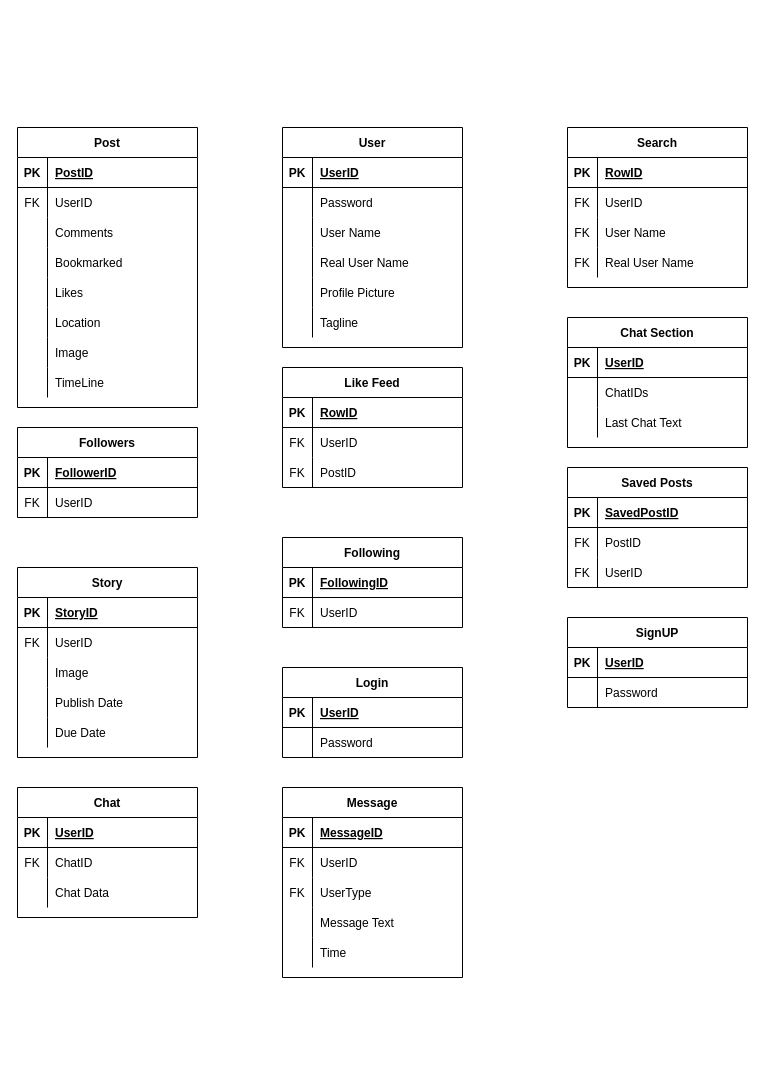
The draw.io diagram page "1- Building Entities" (1 of 2) of Instagram DB Schema/Instagram.drawio in eqan/Instagram-ReImagened, before the edit. Source tidied: cells renumbered, new cells numbered last; positions are measured from the earlier drawing's top-left corner, leaving out a move shared by most shapes. Both pictures are drawn from the tidied source at 100%, with x=0, y=0 at pixel (17, 127).
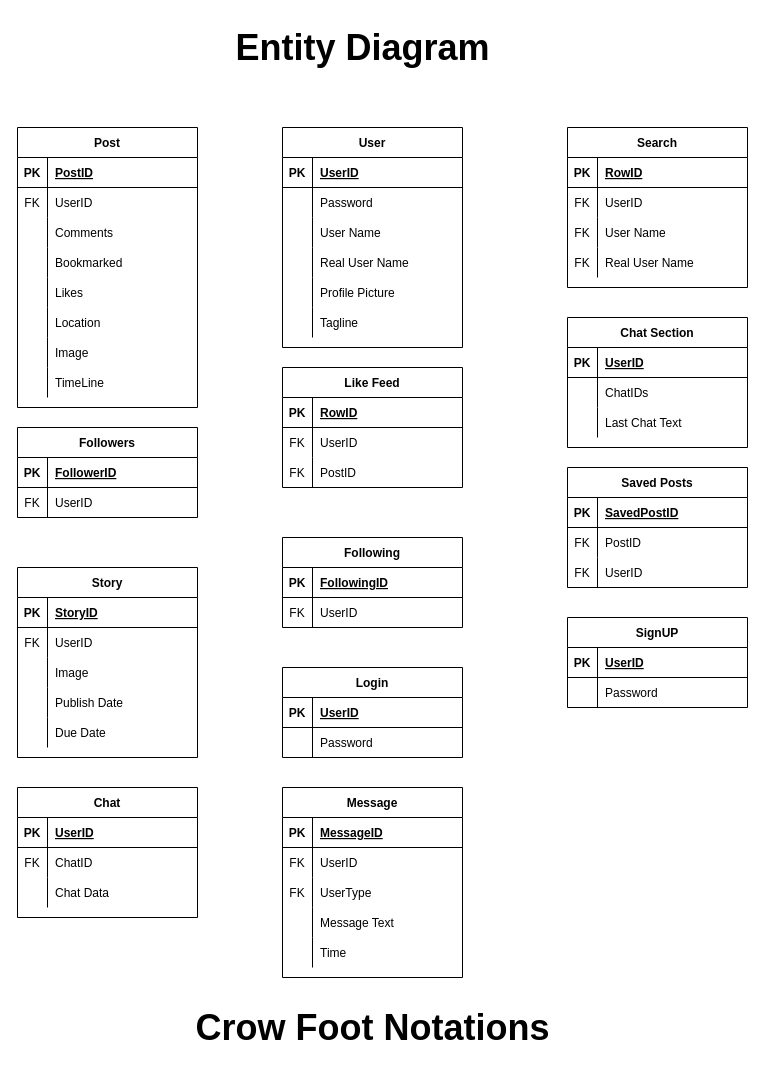
After the change.

What changed in the source:
```diff
@@
+    <mxCell id="159" value="&lt;b&gt;&lt;font style=&quot;font-size: 36px;&quot;&gt;Entity Diagram&lt;/font&gt;&lt;/b&gt;" style="text;html=1;align=center;verticalAlign=middle;strokeColor=none;fillColor=none;" parent="1" vertex="1">
+      <mxGeometry x="205" y="-110" width="280" height="60" as="geometry" />
+    </mxCell>
+    <mxCell id="160" value="&lt;b&gt;&lt;font style=&quot;font-size: 36px;&quot;&gt;Crow Foot Notations&lt;/font&gt;&lt;/b&gt;" style="text;html=1;align=center;verticalAlign=middle;strokeColor=none;fillColor=none;" parent="1" vertex="1">
+      <mxGeometry x="165" y="870" width="380" height="60" as="geometry" />
+    </mxCell>
```
